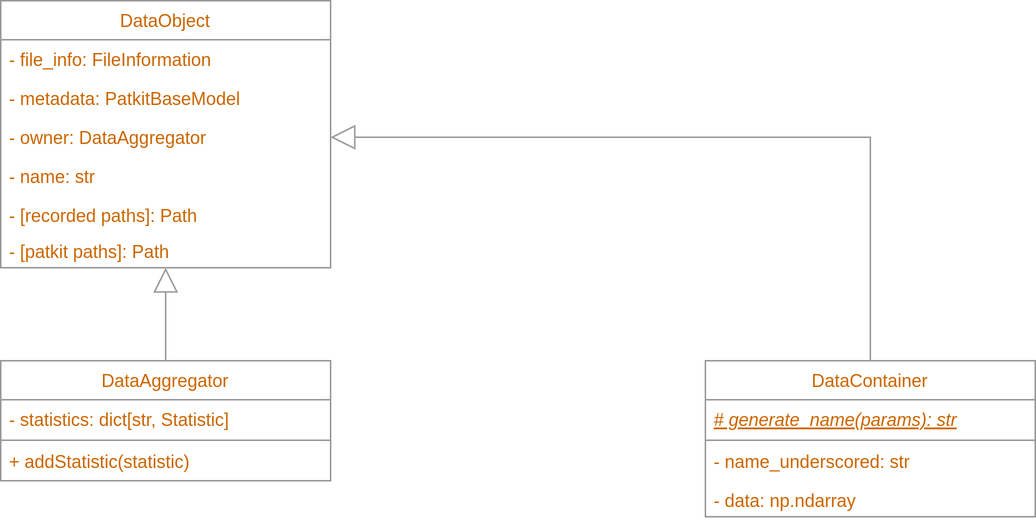
Earlier version of the draw.io export docs/base_data_structures.drawio.png (giuthas-publications/patkit). Source tidied: cells renumbered, new cells last; positions are measured from the earlier drawing's top-left corner, leaving out a move shared by most shapes.
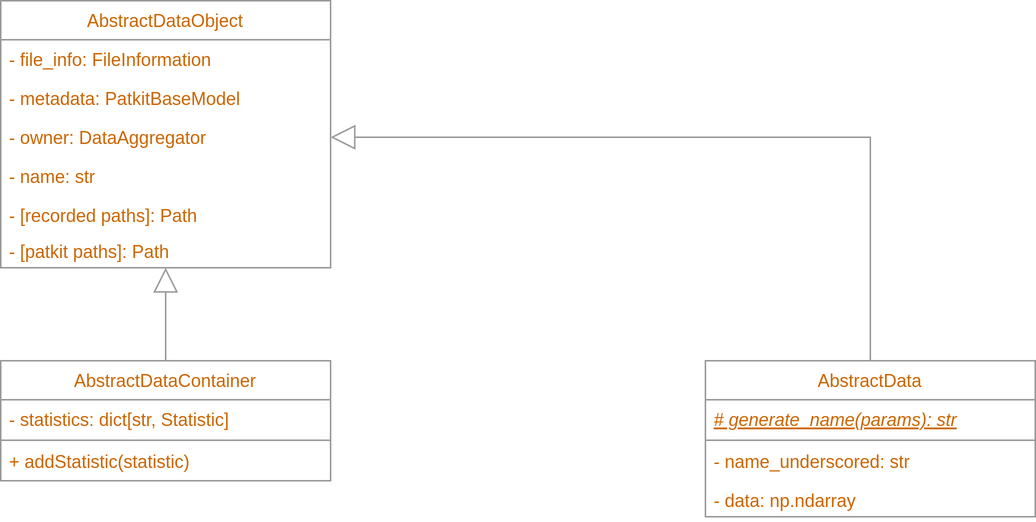
After the commit.

Change to the diagram source:
```diff
@@ -2,7 +2,7 @@
   <root>
     <mxCell id="0" />
     <mxCell id="1" parent="0" />
-    <mxCell id="2" value="DataObject" style="swimlane;fontStyle=0;horizontal=1;startSize=26;fillColor=none;labelBorderColor=none;fontColor=#CC6600;strokeColor=#999999;" parent="1" vertex="1">
+    <mxCell id="2" value="AbstractDataObject" style="swimlane;fontStyle=0;horizontal=1;startSize=26;fillColor=none;labelBorderColor=none;fontColor=#CC6600;strokeColor=#999999;" parent="1" vertex="1">
       <mxGeometry width="220" height="178" as="geometry" />
     </mxCell>
     <mxCell id="3" value="- file_info: FileInformation" style="text;strokeColor=none;fillColor=none;align=left;verticalAlign=top;spacingLeft=4;spacingRight=4;overflow=hidden;labelBorderColor=none;fontColor=#CC6600;" parent="2" vertex="1">
@@ -29,7 +29,7 @@
     <mxCell id="10" style="endArrow=none;html=1;endSize=12;startArrow=block;startSize=14;startFill=0;edgeStyle=orthogonalEdgeStyle;rounded=0;fontColor=#CC6600;strokeColor=#999999;exitX=1;exitY=0.5;exitDx=0;exitDy=0;endFill=0;entryX=0.5;entryY=0;entryDx=0;entryDy=0;" parent="1" edge="1" source="5" target="11">
       <mxGeometry relative="1" as="geometry" />
     </mxCell>
-    <mxCell id="11" value="DataContainer" style="swimlane;fontStyle=0;horizontal=1;startSize=26;fillColor=none;labelBorderColor=none;fontColor=#CC6600;strokeColor=#999999;" parent="1" vertex="1">
+    <mxCell id="11" value="AbstractData" style="swimlane;fontStyle=0;horizontal=1;startSize=26;fillColor=none;labelBorderColor=none;fontColor=#CC6600;strokeColor=#999999;" parent="1" vertex="1">
       <mxGeometry x="470" y="240" width="220" height="104" as="geometry" />
     </mxCell>
     <mxCell id="12" value="# generate_name(params): str" style="text;strokeColor=none;fillColor=none;align=left;verticalAlign=top;spacingLeft=4;spacingRight=4;overflow=hidden;labelBorderColor=none;fontColor=#CC6600;fontStyle=6;" parent="11" vertex="1">
@@ -44,7 +44,7 @@
     <mxCell id="15" value="- data: np.ndarray" style="text;strokeColor=none;fillColor=none;align=left;verticalAlign=top;spacingLeft=4;spacingRight=4;overflow=hidden;labelBorderColor=none;fontColor=#CC6600;" parent="11" vertex="1">
       <mxGeometry y="80" width="220" height="24" as="geometry" />
     </mxCell>
-    <mxCell id="16" value="DataAggregator" style="swimlane;fontStyle=0;horizontal=1;startSize=26;fillColor=none;labelBorderColor=none;fontColor=#CC6600;strokeColor=#999999;" parent="1" vertex="1">
+    <mxCell id="16" value="AbstractDataContainer" style="swimlane;fontStyle=0;horizontal=1;startSize=26;fillColor=none;labelBorderColor=none;fontColor=#CC6600;strokeColor=#999999;" parent="1" vertex="1">
       <mxGeometry y="240" width="220" height="80" as="geometry" />
     </mxCell>
     <mxCell id="17" value="- statistics: dict[str, Statistic] " style="text;strokeColor=none;fillColor=none;align=left;verticalAlign=top;spacingLeft=4;spacingRight=4;overflow=hidden;labelBorderColor=none;fontColor=#CC6600;" parent="16" vertex="1">
```
